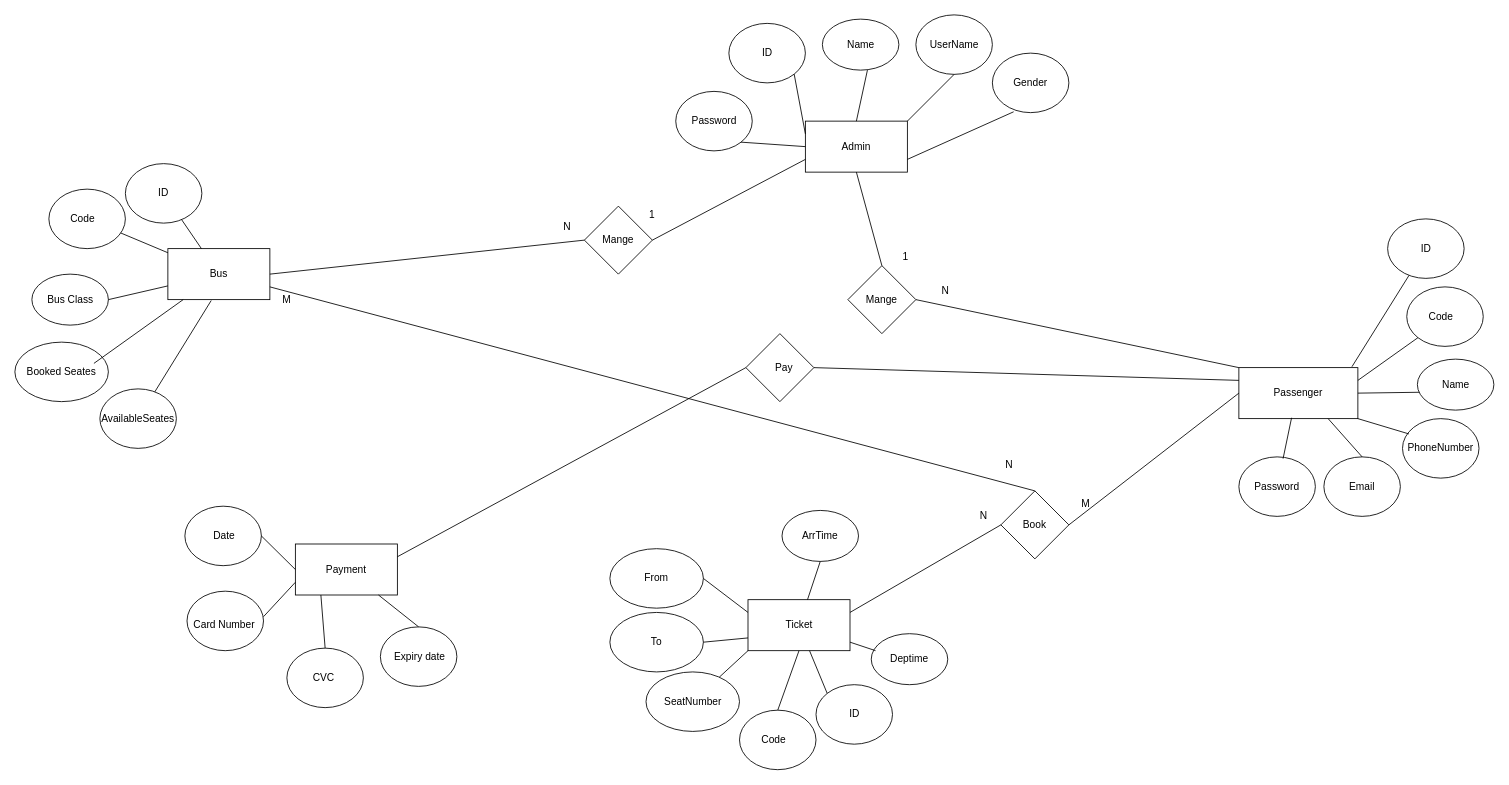
The draw.io diagram project/erd/new erd.drawio in MahmoudKhaled007/GoBus, before the edit. Source tidied: cells renumbered, new cells numbered last; positions are measured from the earlier drawing's top-left corner, leaving out a move shared by most shapes. Both pictures are drawn from the tidied source at 85%, with x=0, y=0 at pixel (14, 14).
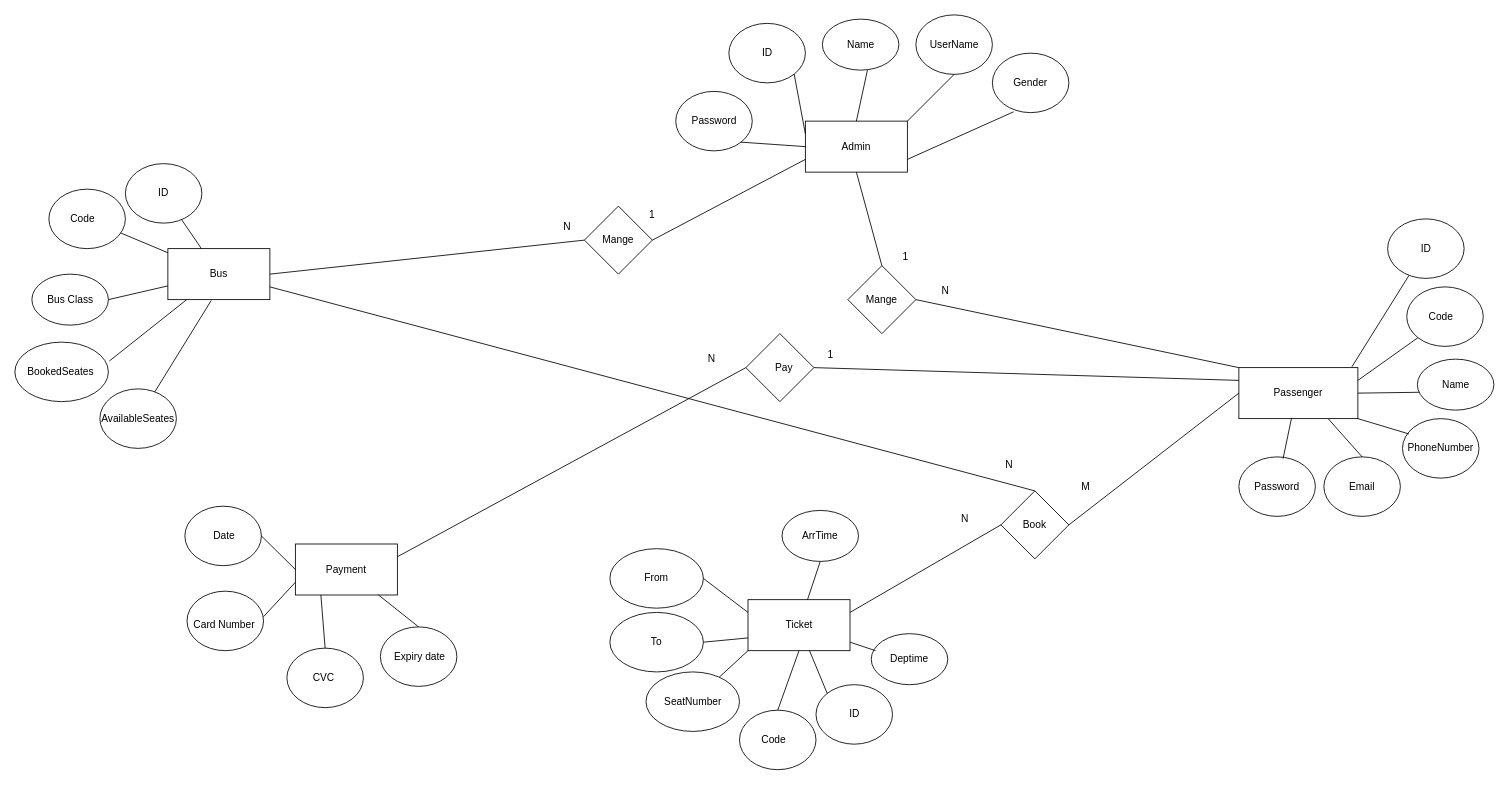
The same page after the edit.

The change refers to these unchanged cells:
```xml
<mxCell id="3" style="rounded=0;whiteSpace=wrap;html=1;" parent="1" vertex="1">
  <mxGeometry x="180" y="275" width="120" height="60" as="geometry" />
</mxCell>
<mxCell id="10" style="ellipse;whiteSpace=wrap;html=1;" parent="1" vertex="1">
  <mxGeometry y="385" width="110" height="70" as="geometry" />
</mxCell>
```

Change to the diagram source:
```diff
@@
-    <mxCell id="17" value="Booked Seates" style="text;html=1;strokeColor=none;fillColor=none;align=center;verticalAlign=middle;whiteSpace=wrap;rounded=0;" parent="1" vertex="1">
-      <mxGeometry x="10" y="410" width="90" height="20" as="geometry" />
+    <mxCell id="17" value="BookedSeates" style="text;html=1;strokeColor=none;fillColor=none;align=center;verticalAlign=middle;whiteSpace=wrap;rounded=0;" parent="1" vertex="1">
+      <mxGeometry x="9" y="410" width="90" height="20" as="geometry" />
     </mxCell>
@@
-    <mxCell id="24" style="endArrow=none;html=1;exitX=0.922;exitY=0;exitDx=0;exitDy=0;exitPerimeter=0;" parent="1" edge="1" source="17" target="3">
+    <mxCell id="24" style="endArrow=none;html=1;exitX=1.01;exitY=0.318;exitDx=0;exitDy=0;exitPerimeter=0;" parent="1" edge="1" source="10" target="3">
       <mxGeometry relative="1" as="geometry" />
     </mxCell>
@@
     <mxCell id="74" value="M" style="text;html=1;strokeColor=none;fillColor=none;align=center;verticalAlign=middle;whiteSpace=wrap;rounded=0;" parent="1" vertex="1">
-      <mxGeometry x="1240" y="565" width="40" height="20" as="geometry" />
+      <mxGeometry x="1240" y="545" width="40" height="20" as="geometry" />
     </mxCell>
     <mxCell id="75" value="N" style="text;html=1;strokeColor=none;fillColor=none;align=center;verticalAlign=middle;whiteSpace=wrap;rounded=0;" parent="1" vertex="1">
-      <mxGeometry x="1120" y="579.5" width="40" height="20" as="geometry" />
+      <mxGeometry x="1097.5" y="583" width="40" height="20" as="geometry" />
     </mxCell>
@@
-    <mxCell id="113" value="M" style="text;html=1;strokeColor=none;fillColor=none;align=center;verticalAlign=middle;whiteSpace=wrap;rounded=0;" parent="1" vertex="1">
-      <mxGeometry x="300" y="325" width="40" height="20" as="geometry" />
-    </mxCell>
@@
+    <mxCell id="118" value="1" style="text;html=1;strokeColor=none;fillColor=none;align=center;verticalAlign=middle;whiteSpace=wrap;rounded=0;" parent="1" vertex="1">
+      <mxGeometry x="940" y="390" width="40" height="20" as="geometry" />
+    </mxCell>
+    <mxCell id="119" value="N" style="text;html=1;strokeColor=none;fillColor=none;align=center;verticalAlign=middle;whiteSpace=wrap;rounded=0;" parent="1" vertex="1">
+      <mxGeometry x="800" y="395" width="40" height="20" as="geometry" />
+    </mxCell>
```
